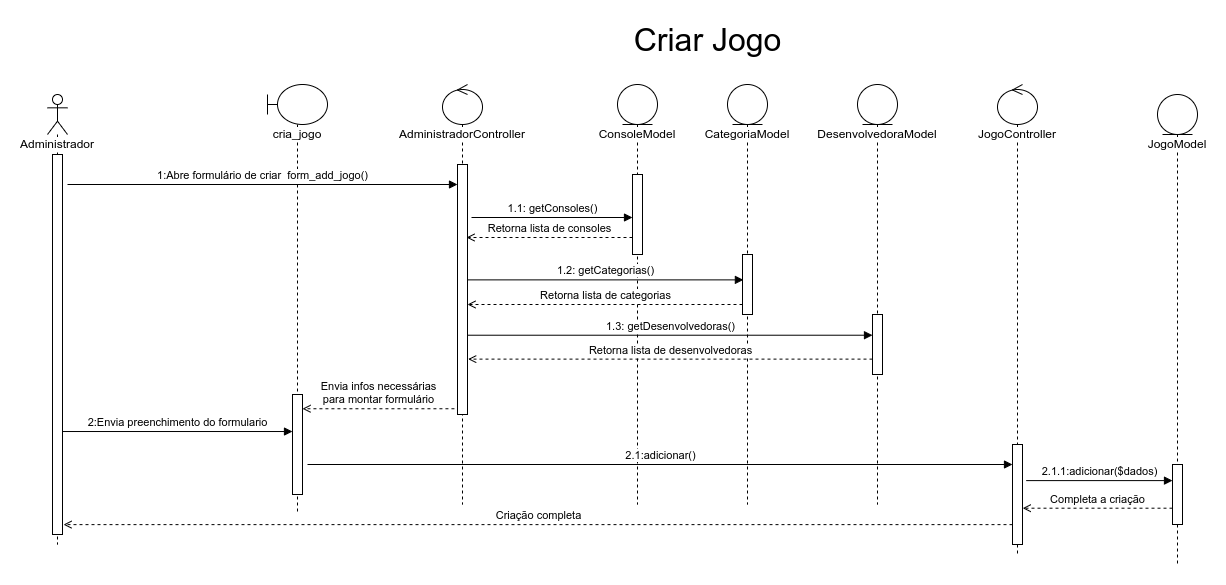
joaopaulo7/GCC188-Projeto-Final keeps this draw.io diagram as docs/Diagramas/Diagrama-Sequência/Sequencia-Jogo Criar.drawio.png. Above is the earlier version. Source tidied: cells renumbered, new cells last; positions are measured from the earlier drawing's top-left corner, leaving out a move shared by most shapes.
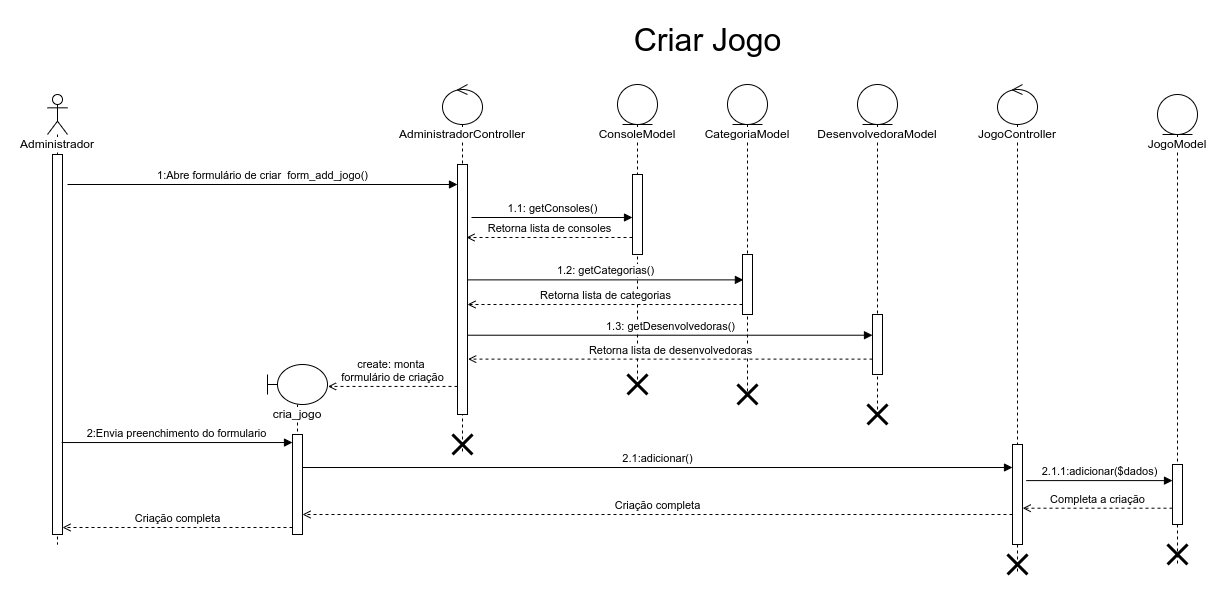
The same diagram one commit later.

Change to the diagram source:
```diff
@@ -9,22 +9,25 @@
       <mxGeometry x="5" y="60" width="10" height="380" as="geometry" />
     </mxCell>
     <mxCell id="4" value="&lt;span style=&quot;background-color: rgb(255 , 255 , 255)&quot;&gt;cria_jogo&lt;/span&gt;" style="shape=umlLifeline;participant=umlBoundary;perimeter=lifelinePerimeter;whiteSpace=wrap;html=1;verticalAlign=top;spacingTop=36;outlineConnect=0;" parent="1" vertex="1">
-      <mxGeometry x="220" y="60" width="60" height="430" as="geometry" />
+      <mxGeometry x="220" y="340" width="60" height="170" as="geometry" />
     </mxCell>
     <mxCell id="5" style="html=1;points=[];perimeter=orthogonalPerimeter;fillColor=default;" parent="4" vertex="1">
-      <mxGeometry x="25" y="310" width="10" height="100" as="geometry" />
+      <mxGeometry x="25" y="70" width="10" height="100" as="geometry" />
     </mxCell>
     <mxCell id="6" value="&lt;span style=&quot;background-color: rgb(255 , 255 , 255)&quot;&gt;AdministradorController&lt;/span&gt;" style="shape=umlLifeline;participant=umlControl;perimeter=lifelinePerimeter;whiteSpace=wrap;html=1;verticalAlign=top;spacingTop=36;fillColor=default;" parent="1" vertex="1">
-      <mxGeometry x="395" y="60" width="40" height="420" as="geometry" />
+      <mxGeometry x="395" y="60" width="40" height="370" as="geometry" />
     </mxCell>
     <mxCell id="7" style="html=1;points=[];perimeter=orthogonalPerimeter;labelBackgroundColor=#FFFFFF;fillColor=default;" parent="6" vertex="1">
       <mxGeometry x="15" y="80" width="10" height="250" as="geometry" />
     </mxCell>
+    <mxCell id="32" style="shape=umlDestroy;whiteSpace=wrap;html=1;strokeWidth=3;" parent="6" vertex="1">
+      <mxGeometry x="10" y="350" width="20" height="20" as="geometry" />
+    </mxCell>
-    <mxCell id="8" value="2:Envia preenchimento do formulario" style="html=1;verticalAlign=bottom;endArrow=block;rounded=0;exitX=0.952;exitY=0.729;exitDx=0;exitDy=0;exitPerimeter=0;" parent="1" edge="1" source="3" target="5">
+    <mxCell id="8" value="2:Envia preenchimento do formulario" style="html=1;verticalAlign=bottom;endArrow=block;rounded=0;exitX=0.917;exitY=0.758;exitDx=0;exitDy=0;exitPerimeter=0;" parent="1" edge="1" source="3" target="5">
       <mxGeometry relative="1" as="geometry" />
     </mxCell>
     <mxCell id="9" value="ConsoleModel" style="shape=umlLifeline;participant=umlEntity;perimeter=lifelinePerimeter;whiteSpace=wrap;html=1;verticalAlign=top;spacingTop=36;labelBackgroundColor=#FFFFFF;fillColor=default;" parent="1" vertex="1">
-      <mxGeometry x="570" y="60" width="40" height="420" as="geometry" />
+      <mxGeometry x="570" y="60" width="40" height="300" as="geometry" />
     </mxCell>
     <mxCell id="10" style="html=1;points=[];perimeter=orthogonalPerimeter;labelBackgroundColor=#FFFFFF;fillColor=default;" parent="9" vertex="1">
       <mxGeometry x="15" y="90" width="10" height="80" as="geometry" />
@@ -43,21 +46,27 @@
         <mxPoint x="20" y="160" as="sourcePoint" />
       </mxGeometry>
     </mxCell>
-    <mxCell id="15" value="Envia infos necessárias&lt;br&gt;para montar formulário" style="html=1;verticalAlign=bottom;endArrow=open;rounded=0;dashed=1;endFill=0;exitX=-0.307;exitY=0.977;exitDx=0;exitDy=0;exitPerimeter=0;" parent="1" edge="1" source="7" target="5">
+    <mxCell id="15" value="create: monta &lt;br&gt;formulário de criação" style="html=1;verticalAlign=bottom;endArrow=open;rounded=0;dashed=1;endFill=0;entryX=1.009;entryY=0.129;entryDx=0;entryDy=0;entryPerimeter=0;" parent="1" edge="1" source="7" target="4">
       <mxGeometry relative="1" as="geometry" />
     </mxCell>
     <mxCell id="16" value="CategoriaModel" style="shape=umlLifeline;participant=umlEntity;perimeter=lifelinePerimeter;whiteSpace=wrap;html=1;verticalAlign=top;spacingTop=36;labelBackgroundColor=#FFFFFF;fillColor=default;" parent="1" vertex="1">
-      <mxGeometry x="680" y="60" width="40" height="420" as="geometry" />
+      <mxGeometry x="680" y="60" width="40" height="310" as="geometry" />
     </mxCell>
     <mxCell id="17" style="html=1;points=[];perimeter=orthogonalPerimeter;labelBackgroundColor=#FFFFFF;fillColor=default;" parent="16" vertex="1">
       <mxGeometry x="15" y="170" width="10" height="60" as="geometry" />
     </mxCell>
+    <mxCell id="33" style="shape=umlDestroy;whiteSpace=wrap;html=1;strokeWidth=3;" parent="16" vertex="1">
+      <mxGeometry x="10" y="300" width="20" height="20" as="geometry" />
+    </mxCell>
     <mxCell id="18" value="DesenvolvedoraModel" style="shape=umlLifeline;participant=umlEntity;perimeter=lifelinePerimeter;whiteSpace=wrap;html=1;verticalAlign=top;spacingTop=36;labelBackgroundColor=#FFFFFF;fillColor=default;" parent="1" vertex="1">
-      <mxGeometry x="810" y="60" width="40" height="420" as="geometry" />
+      <mxGeometry x="810" y="60" width="40" height="330" as="geometry" />
     </mxCell>
     <mxCell id="19" style="html=1;points=[];perimeter=orthogonalPerimeter;labelBackgroundColor=#FFFFFF;fillColor=default;" parent="18" vertex="1">
       <mxGeometry x="15" y="230" width="10" height="60" as="geometry" />
     </mxCell>
+    <mxCell id="34" style="shape=umlDestroy;whiteSpace=wrap;html=1;strokeWidth=3;" parent="18" vertex="1">
+      <mxGeometry x="10" y="320" width="20" height="20" as="geometry" />
+    </mxCell>
     <mxCell id="20" value="1.2: getCategorias()" style="html=1;verticalAlign=bottom;endArrow=block;rounded=0;entryX=0.09;entryY=0.423;entryDx=0;entryDy=0;entryPerimeter=0;" parent="1" edge="1" source="7" target="17">
       <mxGeometry relative="1" as="geometry" />
     </mxCell>
@@ -82,25 +91,35 @@
     <mxCell id="25" style="html=1;points=[];perimeter=orthogonalPerimeter;labelBackgroundColor=#FFFFFF;fillColor=default;" parent="24" vertex="1">
       <mxGeometry x="15" y="370" width="10" height="60" as="geometry" />
     </mxCell>
+    <mxCell id="35" style="shape=umlDestroy;whiteSpace=wrap;html=1;strokeWidth=3;" parent="24" vertex="1">
+      <mxGeometry x="10" y="450" width="20" height="20" as="geometry" />
+    </mxCell>
-    <mxCell id="26" value="2.1:adicionar()" style="html=1;verticalAlign=bottom;endArrow=block;rounded=0;" parent="1" edge="1" target="28">
-      <mxGeometry relative="1" as="geometry">
-        <mxPoint x="260" y="440" as="sourcePoint" />
-      </mxGeometry>
+    <mxCell id="26" value="2.1:adicionar()" style="html=1;verticalAlign=bottom;endArrow=block;rounded=0;exitX=1;exitY=0.33;exitDx=0;exitDy=0;exitPerimeter=0;" parent="1" edge="1" source="5" target="28">
+      <mxGeometry relative="1" as="geometry" />
     </mxCell>
     <mxCell id="27" value="&lt;span style=&quot;background-color: rgb(255 , 255 , 255)&quot;&gt;JogoController&lt;/span&gt;" style="shape=umlLifeline;participant=umlControl;perimeter=lifelinePerimeter;whiteSpace=wrap;html=1;verticalAlign=top;spacingTop=36;fillColor=default;" parent="1" vertex="1">
-      <mxGeometry x="950" y="60" width="40" height="470" as="geometry" />
+      <mxGeometry x="950" y="60" width="40" height="490" as="geometry" />
     </mxCell>
     <mxCell id="28" style="html=1;points=[];perimeter=orthogonalPerimeter;labelBackgroundColor=#FFFFFF;fontSize=12;fillColor=default;" parent="27" vertex="1">
       <mxGeometry x="15" y="360" width="10" height="100" as="geometry" />
     </mxCell>
+    <mxCell id="36" style="shape=umlDestroy;whiteSpace=wrap;html=1;strokeWidth=3;" parent="27" vertex="1">
+      <mxGeometry x="10" y="470" width="20" height="20" as="geometry" />
+    </mxCell>
     <mxCell id="29" value="2.1.1:adicionar($dados)" style="html=1;verticalAlign=bottom;endArrow=block;rounded=0;exitX=1.366;exitY=0.361;exitDx=0;exitDy=0;exitPerimeter=0;" parent="1" edge="1" source="28" target="25">
       <mxGeometry relative="1" as="geometry" />
     </mxCell>
     <mxCell id="30" value="Completa a criação" style="html=1;verticalAlign=bottom;endArrow=open;rounded=0;dashed=1;entryX=1.021;entryY=0.637;entryDx=0;entryDy=0;entryPerimeter=0;endFill=0;" parent="1" edge="1" source="25" target="28">
       <mxGeometry relative="1" as="geometry" />
     </mxCell>
-    <mxCell id="31" value="Criação completa" style="html=1;verticalAlign=bottom;endArrow=open;rounded=0;dashed=1;entryX=1.1;entryY=0.974;entryDx=0;entryDy=0;entryPerimeter=0;endFill=0;" parent="1" edge="1" source="28" target="3">
+    <mxCell id="31" value="Criação completa" style="html=1;verticalAlign=bottom;endArrow=open;rounded=0;dashed=1;endFill=0;entryX=1;entryY=0.8;entryDx=0;entryDy=0;entryPerimeter=0;" parent="1" edge="1" source="28" target="5">
       <mxGeometry relative="1" as="geometry" />
     </mxCell>
+    <mxCell id="37" value="Criação completa" style="html=1;verticalAlign=bottom;endArrow=open;rounded=0;dashed=1;endFill=0;exitX=0;exitY=0.93;exitDx=0;exitDy=0;exitPerimeter=0;" parent="1" edge="1" source="5" target="3">
+      <mxGeometry relative="1" as="geometry" />
+    </mxCell>
+    <mxCell id="38" style="shape=umlDestroy;whiteSpace=wrap;html=1;strokeWidth=3;" parent="1" vertex="1">
+      <mxGeometry x="580" y="350" width="20" height="20" as="geometry" />
+    </mxCell>
   </root>
 </mxGraphModel>
```
